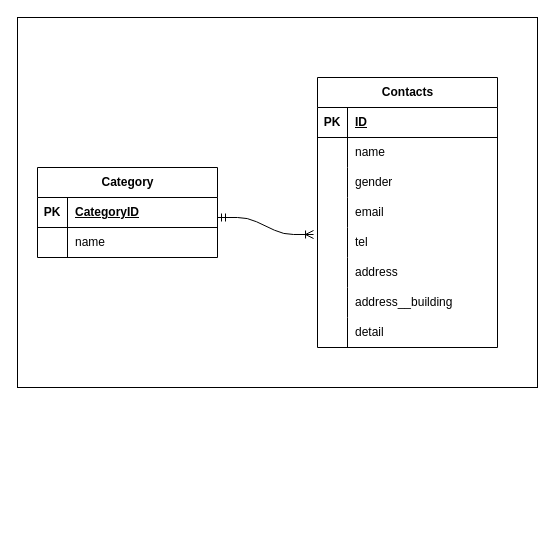
Above: ER図.drawio in Endou9527/confirmation-test0507_copy (draw.io), before the change. Source tidied: cells renumbered, new cells numbered last; positions are measured from the earlier drawing's top-left corner, leaving out a move shared by most shapes. Both pictures are drawn from the tidied source at 100%, with x=0, y=0 at pixel (17, 17).
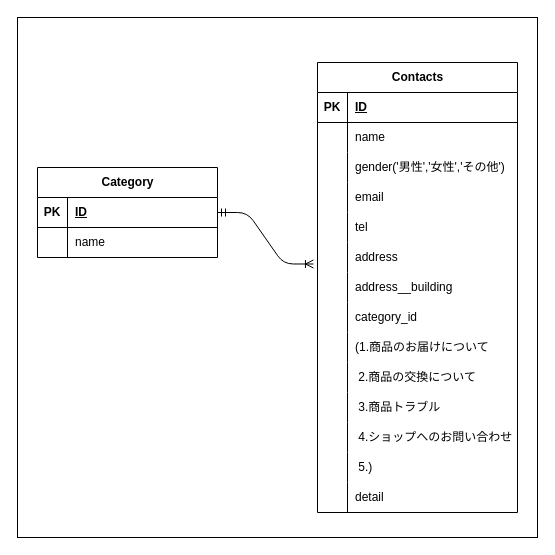
Above is the later version.

Unchanged cells that the change refers to:
```xml
<mxCell id="5" style="shape=tableRow;horizontal=0;startSize=0;swimlaneHead=0;swimlaneBody=0;fillColor=none;points=[[0,0.5],[1,0.5]];portConstraint=eastwest;top=0;left=0;right=0;bottom=1;" parent="4" vertex="1">
  <mxGeometry y="30" width="180" height="30" as="geometry" />
</mxCell>
<mxCell id="38" style="shape=tableRow;horizontal=0;startSize=0;swimlaneHead=0;swimlaneBody=0;fillColor=none;points=[[0,0.5],[1,0.5]];portConstraint=eastwest;top=0;left=0;right=0;bottom=0;" parent="1" vertex="1">
  <mxGeometry x="290" y="250" width="180" height="30" as="geometry" />
</mxCell>
```

Diff of the diagram source:
```diff
@@
     <mxCell id="2" style="rounded=0;whiteSpace=wrap;html=1;" parent="1" vertex="1">
-      <mxGeometry width="520" height="370" as="geometry" />
+      <mxGeometry width="520" height="520" as="geometry" />
     </mxCell>
-    <mxCell id="3" style="edgeStyle=entityRelationEdgeStyle;fontSize=12;html=1;endArrow=ERoneToMany;startArrow=ERmandOne;entryX=-0.022;entryY=0.233;entryDx=0;entryDy=0;entryPerimeter=0;" parent="1" edge="1" target="24">
-      <mxGeometry relative="1" as="geometry">
-        <mxPoint x="200" y="200" as="sourcePoint" />
-      </mxGeometry>
+    <mxCell id="3" style="edgeStyle=entityRelationEdgeStyle;fontSize=12;html=1;endArrow=ERoneToMany;startArrow=ERmandOne;entryX=0.033;entryY=-0.117;entryDx=0;entryDy=0;exitX=1;exitY=0.5;exitDx=0;exitDy=0;entryPerimeter=0;" parent="1" edge="1" source="5" target="38">
+      <mxGeometry relative="1" as="geometry" />
     </mxCell>
@@
-    <mxCell id="7" value="CategoryID" style="shape=partialRectangle;fillColor=none;top=0;left=0;bottom=0;right=0;align=left;spacingLeft=6;fontStyle=5;overflow=hidden;whiteSpace=wrap;html=1;" parent="5" vertex="1">
+    <mxCell id="7" value="ID" style="shape=partialRectangle;fillColor=none;top=0;left=0;bottom=0;right=0;align=left;spacingLeft=6;fontStyle=5;overflow=hidden;whiteSpace=wrap;html=1;" parent="5" vertex="1">
       <mxGeometry x="30" width="150" height="30" as="geometry" />
     </mxCell>
@@
     <mxCell id="11" value="&lt;b&gt;Contacts&lt;/b&gt;" style="shape=table;startSize=30;childLayout=tableLayout;rowLines=0;fontStyle=0;align=center;html=1;" parent="1" vertex="1">
-      <mxGeometry x="300" y="60" width="180" height="270" as="geometry" />
+      <mxGeometry x="300" y="45" width="200" height="450" as="geometry" />
     </mxCell>
     <mxCell id="12" style="shape=tableRow;horizontal=0;startSize=0;swimlaneHead=0;swimlaneBody=0;fillColor=none;top=0;left=0;right=0;bottom=1;" parent="11" vertex="1">
-      <mxGeometry y="30" width="180" height="30" as="geometry" />
+      <mxGeometry y="30" width="200" height="30" as="geometry" />
     </mxCell>
@@
     <mxCell id="14" value="ID" style="shape=partialRectangle;fillColor=none;top=0;left=0;bottom=0;right=0;align=left;spacingLeft=6;fontStyle=5;overflow=hidden;whiteSpace=wrap;html=1;" parent="12" vertex="1">
-      <mxGeometry x="30" width="150" height="30" as="geometry" />
+      <mxGeometry x="30" width="170" height="30" as="geometry" />
     </mxCell>
     <mxCell id="15" style="shape=tableRow;horizontal=0;startSize=0;swimlaneHead=0;swimlaneBody=0;fillColor=none;top=0;left=0;right=0;bottom=0;" parent="11" vertex="1">
-      <mxGeometry y="60" width="180" height="30" as="geometry" />
+      <mxGeometry y="60" width="200" height="30" as="geometry" />
     </mxCell>
@@
     <mxCell id="17" value="name" style="shape=partialRectangle;fillColor=none;top=0;left=0;bottom=0;right=0;align=left;spacingLeft=6;overflow=hidden;whiteSpace=wrap;html=1;" parent="15" vertex="1">
-      <mxGeometry x="30" width="150" height="30" as="geometry" />
+      <mxGeometry x="30" width="170" height="30" as="geometry" />
     </mxCell>
     <mxCell id="18" style="shape=tableRow;horizontal=0;startSize=0;swimlaneHead=0;swimlaneBody=0;fillColor=none;top=0;left=0;right=0;bottom=0;" parent="11" vertex="1">
-      <mxGeometry y="90" width="180" height="30" as="geometry" />
+      <mxGeometry y="90" width="200" height="30" as="geometry" />
     </mxCell>
@@
-    <mxCell id="20" value="gender" style="shape=partialRectangle;fillColor=none;top=0;left=0;bottom=0;right=0;align=left;spacingLeft=6;overflow=hidden;whiteSpace=wrap;html=1;" parent="18" vertex="1">
-      <mxGeometry x="30" width="150" height="30" as="geometry" />
+    <mxCell id="20" value="gender('男性','女性','その他')" style="shape=partialRectangle;fillColor=none;top=0;left=0;bottom=0;right=0;align=left;spacingLeft=6;overflow=hidden;whiteSpace=wrap;html=1;" parent="18" vertex="1">
+      <mxGeometry x="30" width="170" height="30" as="geometry" />
     </mxCell>
     <mxCell id="21" style="shape=tableRow;horizontal=0;startSize=0;swimlaneHead=0;swimlaneBody=0;fillColor=none;top=0;left=0;right=0;bottom=0;" parent="11" vertex="1">
-      <mxGeometry y="120" width="180" height="30" as="geometry" />
+      <mxGeometry y="120" width="200" height="30" as="geometry" />
     </mxCell>
@@
     <mxCell id="23" value="email" style="shape=partialRectangle;fillColor=none;top=0;left=0;bottom=0;right=0;align=left;spacingLeft=6;overflow=hidden;whiteSpace=wrap;html=1;" parent="21" vertex="1">
-      <mxGeometry x="30" width="150" height="30" as="geometry" />
+      <mxGeometry x="30" width="170" height="30" as="geometry" />
     </mxCell>
     <mxCell id="24" style="shape=tableRow;horizontal=0;startSize=0;swimlaneHead=0;swimlaneBody=0;fillColor=none;points=[[0,0.5],[1,0.5]];portConstraint=eastwest;top=0;left=0;right=0;bottom=0;" parent="11" vertex="1">
-      <mxGeometry y="150" width="180" height="30" as="geometry" />
+      <mxGeometry y="150" width="200" height="30" as="geometry" />
     </mxCell>
@@
     <mxCell id="26" value="tel" style="shape=partialRectangle;fillColor=none;top=0;left=0;bottom=0;right=0;align=left;spacingLeft=6;overflow=hidden;whiteSpace=wrap;html=1;" parent="24" vertex="1">
-      <mxGeometry x="30" width="150" height="30" as="geometry" />
+      <mxGeometry x="30" width="170" height="30" as="geometry" />
     </mxCell>
     <mxCell id="27" style="shape=tableRow;horizontal=0;startSize=0;swimlaneHead=0;swimlaneBody=0;fillColor=none;top=0;left=0;right=0;bottom=0;" parent="11" vertex="1">
-      <mxGeometry y="180" width="180" height="30" as="geometry" />
+      <mxGeometry y="180" width="200" height="30" as="geometry" />
     </mxCell>
@@
     <mxCell id="29" value="address" style="shape=partialRectangle;fillColor=none;top=0;left=0;bottom=0;right=0;align=left;spacingLeft=6;overflow=hidden;whiteSpace=wrap;html=1;" parent="27" vertex="1">
-      <mxGeometry x="30" width="150" height="30" as="geometry" />
+      <mxGeometry x="30" width="170" height="30" as="geometry" />
     </mxCell>
     <mxCell id="30" style="shape=tableRow;horizontal=0;startSize=0;swimlaneHead=0;swimlaneBody=0;fillColor=none;top=0;left=0;right=0;bottom=0;" parent="11" vertex="1">
-      <mxGeometry y="210" width="180" height="30" as="geometry" />
+      <mxGeometry y="210" width="200" height="30" as="geometry" />
     </mxCell>
@@
     <mxCell id="32" value="address__building" style="shape=partialRectangle;fillColor=none;top=0;left=0;bottom=0;right=0;align=left;spacingLeft=6;overflow=hidden;whiteSpace=wrap;html=1;" parent="30" vertex="1">
-      <mxGeometry x="30" width="150" height="30" as="geometry" />
+      <mxGeometry x="30" width="170" height="30" as="geometry" />
     </mxCell>
+    <mxCell id="44" style="shape=tableRow;horizontal=0;startSize=0;swimlaneHead=0;swimlaneBody=0;fillColor=none;top=0;left=0;right=0;bottom=0;" parent="11" vertex="1">
+      <mxGeometry y="240" width="200" height="30" as="geometry" />
+    </mxCell>
+    <mxCell id="45" style="shape=partialRectangle;fillColor=none;top=0;left=0;bottom=0;right=0;overflow=hidden;whiteSpace=wrap;html=1;" parent="44" vertex="1">
+      <mxGeometry width="30" height="30" as="geometry" />
+    </mxCell>
+    <mxCell id="46" value="category_id" style="shape=partialRectangle;fillColor=none;top=0;left=0;bottom=0;right=0;align=left;spacingLeft=6;overflow=hidden;whiteSpace=wrap;html=1;" parent="44" vertex="1">
+      <mxGeometry x="30" width="170" height="30" as="geometry" />
+    </mxCell>
+    <mxCell id="47" style="shape=tableRow;horizontal=0;startSize=0;swimlaneHead=0;swimlaneBody=0;fillColor=none;top=0;left=0;right=0;bottom=0;" parent="11" vertex="1">
+      <mxGeometry y="270" width="200" height="30" as="geometry" />
+    </mxCell>
+    <mxCell id="48" style="shape=partialRectangle;fillColor=none;top=0;left=0;bottom=0;right=0;overflow=hidden;whiteSpace=wrap;html=1;" parent="47" vertex="1">
+      <mxGeometry width="30" height="30" as="geometry" />
+    </mxCell>
+    <mxCell id="49" value="(1.商品のお届け&lt;span style=&quot;background-color: transparent;&quot;&gt;について&lt;/span&gt;" style="shape=partialRectangle;fillColor=none;top=0;left=0;bottom=0;right=0;align=left;spacingLeft=6;overflow=hidden;whiteSpace=wrap;html=1;" parent="47" vertex="1">
+      <mxGeometry x="30" width="170" height="30" as="geometry" />
+    </mxCell>
+    <mxCell id="50" style="shape=tableRow;horizontal=0;startSize=0;swimlaneHead=0;swimlaneBody=0;fillColor=none;top=0;left=0;right=0;bottom=0;" parent="11" vertex="1">
+      <mxGeometry y="300" width="200" height="30" as="geometry" />
+    </mxCell>
+    <mxCell id="51" style="shape=partialRectangle;fillColor=none;top=0;left=0;bottom=0;right=0;overflow=hidden;whiteSpace=wrap;html=1;" parent="50" vertex="1">
+      <mxGeometry width="30" height="30" as="geometry" />
+    </mxCell>
+    <mxCell id="52" value="&amp;nbsp;2.商品の交換について" style="shape=partialRectangle;fillColor=none;top=0;left=0;bottom=0;right=0;align=left;spacingLeft=6;overflow=hidden;whiteSpace=wrap;html=1;" parent="50" vertex="1">
+      <mxGeometry x="30" width="170" height="30" as="geometry" />
+    </mxCell>
+    <mxCell id="53" style="shape=tableRow;horizontal=0;startSize=0;swimlaneHead=0;swimlaneBody=0;fillColor=none;top=0;left=0;right=0;bottom=0;" parent="11" vertex="1">
+      <mxGeometry y="330" width="200" height="30" as="geometry" />
+    </mxCell>
+    <mxCell id="54" style="shape=partialRectangle;fillColor=none;top=0;left=0;bottom=0;right=0;overflow=hidden;whiteSpace=wrap;html=1;" parent="53" vertex="1">
+      <mxGeometry width="30" height="30" as="geometry" />
+    </mxCell>
+    <mxCell id="55" value="&amp;nbsp;3.商品トラブル" style="shape=partialRectangle;fillColor=none;top=0;left=0;bottom=0;right=0;align=left;spacingLeft=6;overflow=hidden;whiteSpace=wrap;html=1;" parent="53" vertex="1">
+      <mxGeometry x="30" width="170" height="30" as="geometry" />
+    </mxCell>
+    <mxCell id="56" style="shape=tableRow;horizontal=0;startSize=0;swimlaneHead=0;swimlaneBody=0;fillColor=none;top=0;left=0;right=0;bottom=0;" parent="11" vertex="1">
+      <mxGeometry y="360" width="200" height="30" as="geometry" />
+    </mxCell>
+    <mxCell id="57" style="shape=partialRectangle;fillColor=none;top=0;left=0;bottom=0;right=0;overflow=hidden;whiteSpace=wrap;html=1;" parent="56" vertex="1">
+      <mxGeometry width="30" height="30" as="geometry" />
+    </mxCell>
+    <mxCell id="58" value="&amp;nbsp;4.ショップへのお問い合わせ" style="shape=partialRectangle;fillColor=none;top=0;left=0;bottom=0;right=0;align=left;spacingLeft=6;overflow=hidden;whiteSpace=wrap;html=1;" parent="56" vertex="1">
+      <mxGeometry x="30" width="170" height="30" as="geometry" />
+    </mxCell>
+    <mxCell id="59" style="shape=tableRow;horizontal=0;startSize=0;swimlaneHead=0;swimlaneBody=0;fillColor=none;top=0;left=0;right=0;bottom=0;" parent="11" vertex="1">
+      <mxGeometry y="390" width="200" height="30" as="geometry" />
+    </mxCell>
+    <mxCell id="60" style="shape=partialRectangle;fillColor=none;top=0;left=0;bottom=0;right=0;overflow=hidden;whiteSpace=wrap;html=1;" parent="59" vertex="1">
+      <mxGeometry width="30" height="30" as="geometry" />
+    </mxCell>
+    <mxCell id="61" value="&amp;nbsp;5.)" style="shape=partialRectangle;fillColor=none;top=0;left=0;bottom=0;right=0;align=left;spacingLeft=6;overflow=hidden;whiteSpace=wrap;html=1;" parent="59" vertex="1">
+      <mxGeometry x="30" width="170" height="30" as="geometry" />
+    </mxCell>
     <mxCell id="33" style="shape=tableRow;horizontal=0;startSize=0;swimlaneHead=0;swimlaneBody=0;fillColor=none;top=0;left=0;right=0;bottom=0;" parent="11" vertex="1">
-      <mxGeometry y="240" width="180" height="30" as="geometry" />
+      <mxGeometry y="420" width="200" height="30" as="geometry" />
     </mxCell>
@@
     <mxCell id="35" value="detail" style="shape=partialRectangle;fillColor=none;top=0;left=0;bottom=0;right=0;align=left;spacingLeft=6;overflow=hidden;whiteSpace=wrap;html=1;" parent="33" vertex="1">
-      <mxGeometry x="30" width="150" height="30" as="geometry" />
+      <mxGeometry x="30" width="170" height="30" as="geometry" />
     </mxCell>
```
